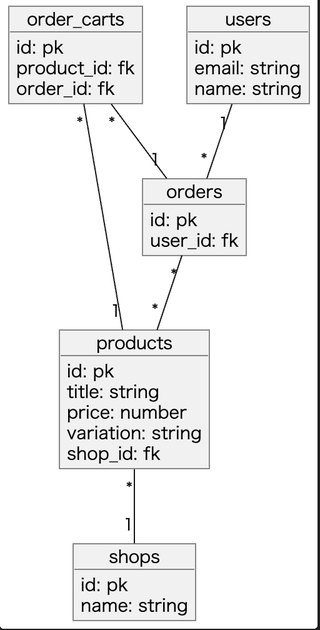
This is docs/db_design.png from YuuseiMatsunaga/sixtypercent_test, a PlantUML export, as it was before one commit. Its source is kept beside it as docs/db_design.pu. The source it was exported from:
```plantuml
@startuml
object products {
    id: pk
    title: string
    price: number
    variation: string
    shop_id: fk
}

object orders {
    id: pk
    user_id: fk
}

object order_carts {
    id: pk
    product_id: fk
    order_id: fk
}

object users {
    id: pk
    email: string
    name: string
}

object shops {
    id: pk
    name: string
}

products "*" -- "1" shops
users "1" -- "*" orders
orders "*" -- "*" products
order_carts "*" -- "1" orders
order_carts "*" -- "1" products
@enduml
```
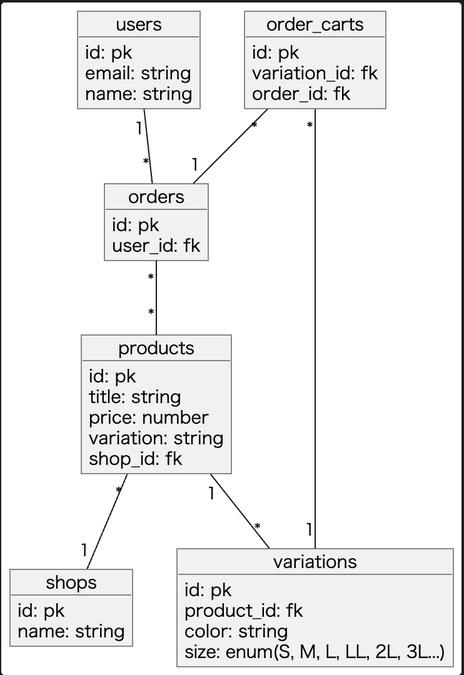
After the change.

Diff of the diagram source:
```diff
@@ -14,7 +14,7 @@
 
 object order_carts {
     id: pk
-    product_id: fk
+    variation_id: fk
     order_id: fk
 }
 
@@ -29,9 +29,17 @@
     name: string
 }
 
+object variations {
+    id: pk
+    product_id: fk
+    color: string
+    size: enum(S, M, L, LL, 2L, 3L...)
+}
+
 products "*" -- "1" shops
 users "1" -- "*" orders
 orders "*" -- "*" products
 order_carts "*" -- "1" orders
-order_carts "*" -- "1" products
+order_carts "*" -- "1" variations
+products "1" -- "*" variations
 @enduml
```
